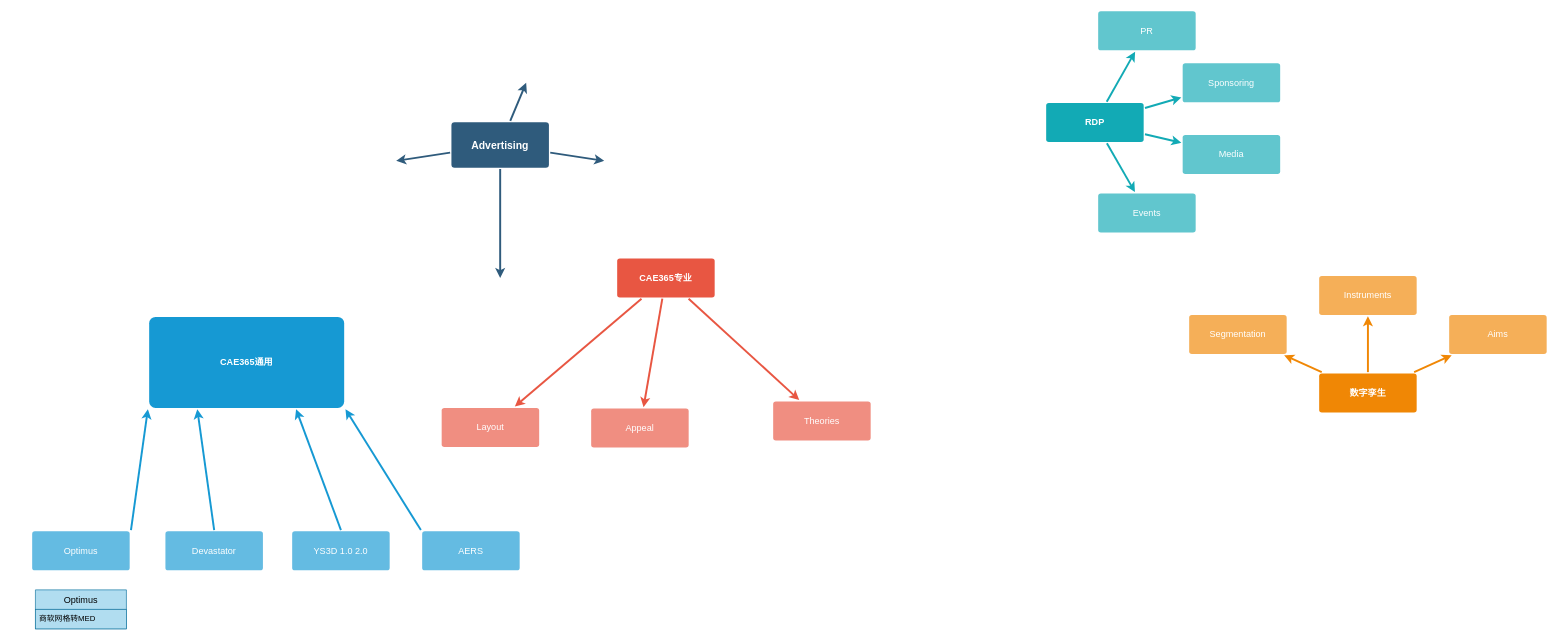
Above: 3d.drawio in Harekaze-Misakiakeno/uml (draw.io), before the change. Source tidied: cells renumbered, new cells numbered last; positions are measured from the earlier drawing's top-left corner, leaving out a move shared by most shapes. Both pictures are drawn from the tidied source at 65%, with x=0, y=0 at pixel (32, 11).
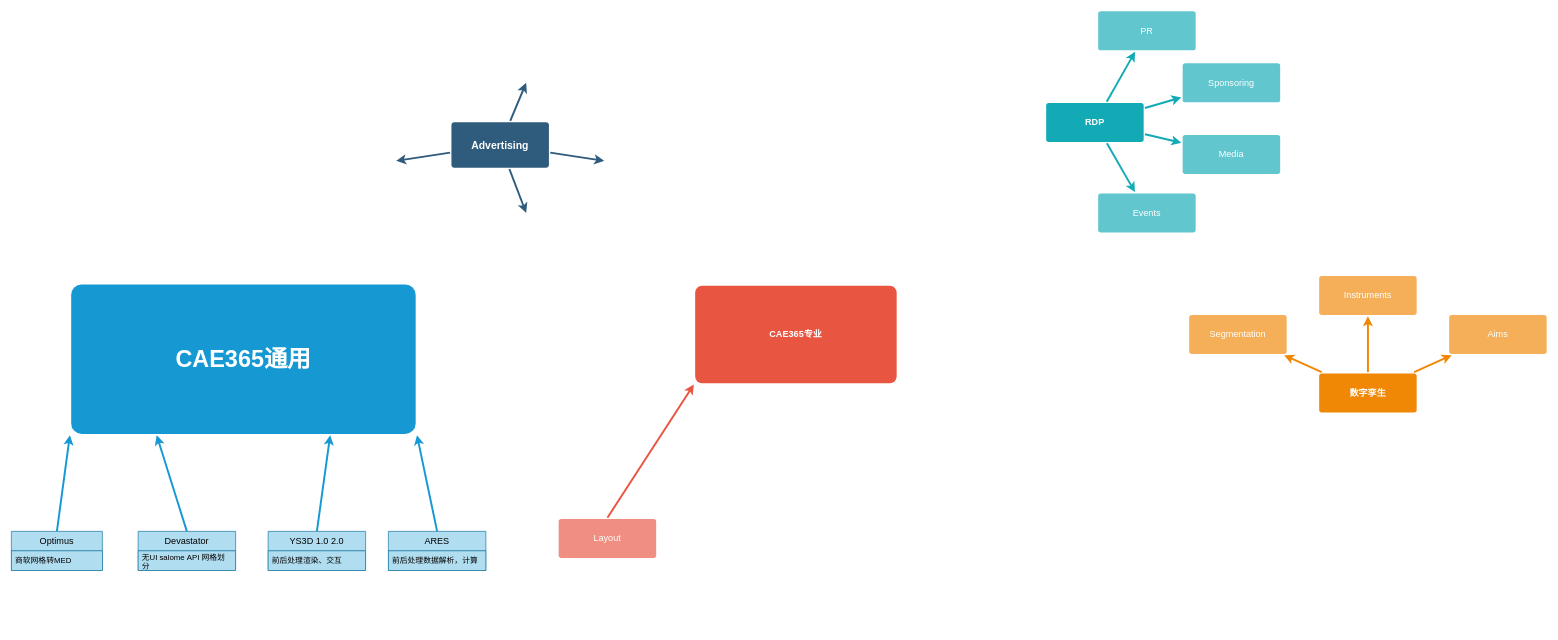
The same diagram, later.

Unchanged cells that the change refers to:
```xml
<mxCell id="6" value="Advertising" style="rounded=1;whiteSpace=wrap;html=1;shadow=0;labelBackgroundColor=none;strokeColor=none;strokeWidth=3;fillColor=#2F5B7C;fontFamily=Helvetica;fontSize=16;fontColor=#FFFFFF;align=center;fontStyle=1;spacing=5;arcSize=7;perimeterSpacing=2;" parent="1" vertex="1">
  <mxGeometry x="645" y="170.5" width="150" height="70" as="geometry" />
</mxCell>
```

Diff of the diagram source:
```diff
@@
     <mxCell id="4" style="edgeStyle=none;rounded=0;jumpStyle=none;html=1;shadow=0;labelBackgroundColor=none;startArrow=none;startFill=0;endArrow=classic;endFill=1;jettySize=auto;strokeColor=#2F5B7C;strokeWidth=3;fontFamily=Helvetica;fontSize=16;fontColor=#23445D;spacing=5;" parent="1" edge="1" source="6">
       <mxGeometry relative="1" as="geometry">
-        <mxPoint x="720" y="410" as="targetPoint" />
+        <mxPoint x="760" y="310" as="targetPoint" />
       </mxGeometry>
     </mxCell>
@@
-    <mxCell id="7" style="edgeStyle=none;rounded=1;jumpStyle=none;html=1;shadow=0;labelBackgroundColor=none;startArrow=none;startFill=0;jettySize=auto;strokeColor=#E85642;strokeWidth=3;fontFamily=Helvetica;fontSize=14;fontColor=#FFFFFF;spacing=5;fontStyle=1;fillColor=#b0e3e6;" parent="1" edge="1" source="10" target="13">
+    <mxCell id="7" style="edgeStyle=none;rounded=1;jumpStyle=none;html=1;shadow=0;labelBackgroundColor=none;startArrow=none;startFill=0;jettySize=auto;strokeColor=#E85642;strokeWidth=3;fontFamily=Helvetica;fontSize=14;fontColor=#FFFFFF;spacing=5;fontStyle=1;fillColor=#b0e3e6;entryX=0;entryY=1;entryDx=0;entryDy=0;exitX=0.5;exitY=0;exitDx=0;exitDy=0;" parent="1" edge="1" source="13" target="10">
       <mxGeometry relative="1" as="geometry" />
     </mxCell>
-    <mxCell id="8" style="edgeStyle=none;rounded=1;jumpStyle=none;html=1;shadow=0;labelBackgroundColor=none;startArrow=none;startFill=0;jettySize=auto;strokeColor=#E85642;strokeWidth=3;fontFamily=Helvetica;fontSize=14;fontColor=#FFFFFF;spacing=5;fontStyle=1;fillColor=#b0e3e6;" parent="1" edge="1" source="10" target="12">
-      <mxGeometry relative="1" as="geometry" />
-    </mxCell>
-    <mxCell id="9" style="edgeStyle=none;rounded=1;jumpStyle=none;html=1;shadow=0;labelBackgroundColor=none;startArrow=none;startFill=0;jettySize=auto;strokeColor=#E85642;strokeWidth=3;fontFamily=Helvetica;fontSize=14;fontColor=#FFFFFF;spacing=5;fontStyle=1;fillColor=#b0e3e6;" parent="1" edge="1" source="10" target="11">
-      <mxGeometry relative="1" as="geometry" />
-    </mxCell>
     <mxCell id="10" value="CAE365专业" style="rounded=1;whiteSpace=wrap;html=1;shadow=0;labelBackgroundColor=none;strokeColor=none;strokeWidth=3;fillColor=#e85642;fontFamily=Helvetica;fontSize=14;fontColor=#FFFFFF;align=center;spacing=5;fontStyle=1;arcSize=7;perimeterSpacing=2;" parent="1" vertex="1">
-      <mxGeometry x="900" y="380" width="150" height="60" as="geometry" />
+      <mxGeometry x="1020" y="422" width="310" height="150" as="geometry" />
     </mxCell>
-    <mxCell id="11" value="Theories" style="rounded=1;whiteSpace=wrap;html=1;shadow=0;labelBackgroundColor=none;strokeColor=none;strokeWidth=3;fillColor=#f08e81;fontFamily=Helvetica;fontSize=14;fontColor=#FFFFFF;align=center;spacing=5;fontStyle=0;arcSize=7;perimeterSpacing=2;" parent="1" vertex="1">
-      <mxGeometry x="1140" y="600" width="150" height="60" as="geometry" />
-    </mxCell>
-    <mxCell id="12" value="Appeal" style="rounded=1;whiteSpace=wrap;html=1;shadow=0;labelBackgroundColor=none;strokeColor=none;strokeWidth=3;fillColor=#f08e81;fontFamily=Helvetica;fontSize=14;fontColor=#FFFFFF;align=center;spacing=5;fontStyle=0;arcSize=7;perimeterSpacing=2;" parent="1" vertex="1">
-      <mxGeometry x="860" y="611" width="150" height="60" as="geometry" />
-    </mxCell>
     <mxCell id="13" value="Layout" style="rounded=1;whiteSpace=wrap;html=1;shadow=0;labelBackgroundColor=none;strokeColor=none;strokeWidth=3;fillColor=#f08e81;fontFamily=Helvetica;fontSize=14;fontColor=#FFFFFF;align=center;spacing=5;fontStyle=0;arcSize=7;perimeterSpacing=2;" parent="1" vertex="1">
-      <mxGeometry x="630" y="610" width="150" height="60" as="geometry" />
+      <mxGeometry x="810" y="781" width="150" height="60" as="geometry" />
     </mxCell>
-    <mxCell id="14" style="edgeStyle=none;rounded=0;jumpStyle=none;html=1;shadow=0;labelBackgroundColor=none;startArrow=none;startFill=0;endArrow=classic;endFill=1;jettySize=auto;strokeColor=#1699D3;strokeWidth=3;fontFamily=Helvetica;fontSize=14;fontColor=#FFFFFF;spacing=5;exitX=1;exitY=0;exitDx=0;exitDy=0;entryX=0;entryY=1;entryDx=0;entryDy=0;" parent="1" edge="1" source="20" target="17">
+    <mxCell id="14" style="edgeStyle=none;rounded=0;jumpStyle=none;html=1;shadow=0;labelBackgroundColor=none;startArrow=none;startFill=0;endArrow=classic;endFill=1;jettySize=auto;strokeColor=#1699D3;strokeWidth=3;fontFamily=Helvetica;fontSize=14;fontColor=#FFFFFF;spacing=5;exitX=0.5;exitY=0;exitDx=0;exitDy=0;entryX=0;entryY=1;entryDx=0;entryDy=0;" parent="1" edge="1" source="39" target="17">
       <mxGeometry relative="1" as="geometry" />
     </mxCell>
@@
-    <mxCell id="16" style="edgeStyle=none;rounded=0;jumpStyle=none;html=1;shadow=0;labelBackgroundColor=none;startArrow=none;startFill=0;endArrow=classic;endFill=1;jettySize=auto;strokeColor=#1699D3;strokeWidth=3;fontFamily=Helvetica;fontSize=14;fontColor=#FFFFFF;spacing=5;entryX=1;entryY=1;entryDx=0;entryDy=0;exitX=0;exitY=0;exitDx=0;exitDy=0;" parent="1" edge="1" source="18" target="17">
+    <mxCell id="16" style="edgeStyle=none;rounded=0;jumpStyle=none;html=1;shadow=0;labelBackgroundColor=none;startArrow=none;startFill=0;endArrow=classic;endFill=1;jettySize=auto;strokeColor=#1699D3;strokeWidth=3;fontFamily=Helvetica;fontSize=14;fontColor=#FFFFFF;spacing=5;entryX=1;entryY=1;entryDx=0;entryDy=0;exitX=0.5;exitY=0;exitDx=0;exitDy=0;" parent="1" edge="1" source="43" target="17">
       <mxGeometry relative="1" as="geometry" />
     </mxCell>
-    <mxCell id="17" value="CAE365通用" style="rounded=1;whiteSpace=wrap;html=1;shadow=0;labelBackgroundColor=none;strokeColor=none;strokeWidth=3;fillColor=#1699d3;fontFamily=Helvetica;fontSize=14;fontColor=#FFFFFF;align=center;spacing=5;fontStyle=1;arcSize=7;perimeterSpacing=2;" parent="1" vertex="1">
-      <mxGeometry x="180" y="470" width="300" height="140" as="geometry" />
+    <mxCell id="17" value="&lt;font style=&quot;font-size: 36px;&quot;&gt;CAE365通用&lt;/font&gt;" style="rounded=1;whiteSpace=wrap;html=1;shadow=0;labelBackgroundColor=none;strokeColor=none;strokeWidth=3;fillColor=#1699d3;fontFamily=Helvetica;fontSize=14;fontColor=#FFFFFF;align=center;spacing=5;fontStyle=1;arcSize=7;perimeterSpacing=2;" parent="1" vertex="1">
+      <mxGeometry x="60" y="420" width="530" height="230" as="geometry" />
     </mxCell>
-    <mxCell id="18" value="&lt;div&gt;AERS&lt;/div&gt;" style="rounded=1;whiteSpace=wrap;html=1;shadow=0;labelBackgroundColor=none;strokeColor=none;strokeWidth=3;fillColor=#64bbe2;fontFamily=Helvetica;fontSize=14;fontColor=#FFFFFF;align=center;spacing=5;arcSize=7;perimeterSpacing=2;" parent="1" vertex="1">
-      <mxGeometry x="600" y="800" width="150" height="60" as="geometry" />
-    </mxCell>
-    <mxCell id="19" value="&lt;div&gt;Devastator&lt;/div&gt;" style="rounded=1;whiteSpace=wrap;html=1;shadow=0;labelBackgroundColor=none;strokeColor=none;strokeWidth=3;fillColor=#64bbe2;fontFamily=Helvetica;fontSize=14;fontColor=#FFFFFF;align=center;spacing=5;arcSize=7;perimeterSpacing=2;" parent="1" vertex="1">
-      <mxGeometry x="205" y="800" width="150" height="60" as="geometry" />
-    </mxCell>
-    <mxCell id="20" value="&lt;div&gt;Optimus&lt;/div&gt;" style="rounded=1;whiteSpace=wrap;html=1;shadow=0;labelBackgroundColor=none;strokeColor=none;strokeWidth=3;fillColor=#64bbe2;fontFamily=Helvetica;fontSize=14;fontColor=#FFFFFF;align=center;spacing=5;arcSize=7;perimeterSpacing=2;" parent="1" vertex="1">
-      <mxGeometry y="800" width="150" height="60" as="geometry" />
-    </mxCell>
@@
-    <mxCell id="37" value="&lt;div&gt;YS3D 1.0 2.0&lt;/div&gt;" style="rounded=1;whiteSpace=wrap;html=1;shadow=0;labelBackgroundColor=none;strokeColor=none;strokeWidth=3;fillColor=#64bbe2;fontFamily=Helvetica;fontSize=14;fontColor=#FFFFFF;align=center;spacing=5;arcSize=7;perimeterSpacing=2;" parent="1" vertex="1">
-      <mxGeometry x="400" y="800" width="150" height="60" as="geometry" />
-    </mxCell>
@@
     <mxCell id="39" value="&lt;span style=&quot;font-size: 14px;&quot;&gt;&lt;font style=&quot;color: rgb(0, 0, 0);&quot;&gt;Optimus&lt;/font&gt;&lt;/span&gt;" style="swimlane;fontStyle=0;horizontal=1;startSize=30;whiteSpace=wrap;html=1;fillColor=#b1ddf0;strokeColor=#10739e;" parent="1" vertex="1">
-      <mxGeometry x="5" y="890" width="140" height="60" as="geometry" />
+      <mxGeometry x="-32" y="800" width="140" height="60" as="geometry" />
     </mxCell>
@@
+    <mxCell id="19" value="&lt;span style=&quot;font-size: 14px;&quot;&gt;Devastator&lt;/span&gt;" style="swimlane;fontStyle=0;horizontal=1;startSize=30;whiteSpace=wrap;html=1;fillColor=#b1ddf0;strokeColor=#10739e;" parent="1" vertex="1">
+      <mxGeometry x="163" y="800" width="150" height="60" as="geometry" />
+    </mxCell>
+    <mxCell id="41" value="无UI&amp;nbsp;salome&amp;nbsp;API&amp;nbsp;网格划分" style="text;strokeColor=#10739e;fillColor=#b1ddf0;align=left;verticalAlign=middle;spacingLeft=4;spacingRight=4;overflow=hidden;whiteSpace=wrap;html=1;" parent="19" vertex="1">
+      <mxGeometry y="30" width="150" height="30" as="geometry" />
+    </mxCell>
+    <mxCell id="37" value="&lt;span style=&quot;font-size: 14px;&quot;&gt;YS3D 1.0 2.0&lt;/span&gt;" style="swimlane;fontStyle=0;horizontal=1;startSize=30;whiteSpace=wrap;html=1;fillColor=#b1ddf0;strokeColor=#10739e;" parent="1" vertex="1">
+      <mxGeometry x="363" y="800" width="150" height="60" as="geometry" />
+    </mxCell>
+    <mxCell id="42" value="前后处理渲染、交互" style="text;strokeColor=#10739e;fillColor=#b1ddf0;align=left;verticalAlign=middle;spacingLeft=4;spacingRight=4;overflow=hidden;whiteSpace=wrap;html=1;" parent="37" vertex="1">
+      <mxGeometry y="30" width="150" height="30" as="geometry" />
+    </mxCell>
+    <mxCell id="43" value="&lt;span style=&quot;font-size: 14px;&quot;&gt;ARES&lt;/span&gt;" style="swimlane;fontStyle=0;horizontal=1;startSize=30;whiteSpace=wrap;html=1;fillColor=#b1ddf0;strokeColor=#10739e;" parent="1" vertex="1">
+      <mxGeometry x="548" y="800" width="150" height="60" as="geometry" />
+    </mxCell>
+    <mxCell id="44" value="前后处理数据解析，计算" style="text;strokeColor=#10739e;fillColor=#b1ddf0;align=left;verticalAlign=middle;spacingLeft=4;spacingRight=4;overflow=hidden;whiteSpace=wrap;html=1;" parent="43" vertex="1">
+      <mxGeometry y="30" width="150" height="30" as="geometry" />
+    </mxCell>
```
